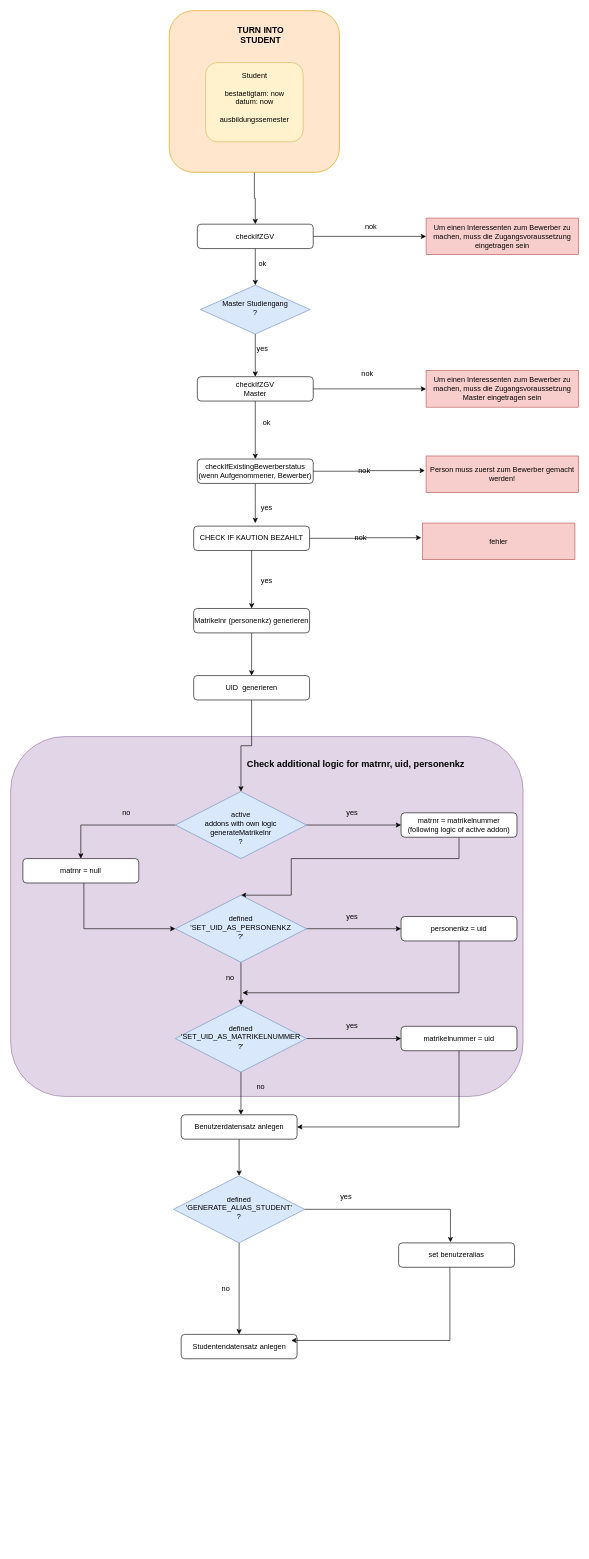
Before: page "TURN INTO STUDENT" (7 of 10) of StudentRollen.drawio in ma0068/GitDoks, a draw.io diagram. Source tidied: cells renumbered, new cells numbered last; positions are measured from the earlier drawing's top-left corner, leaving out a move shared by most shapes. Both pictures are drawn from the tidied source at 61%, with x=0, y=0 at pixel (10, 10).
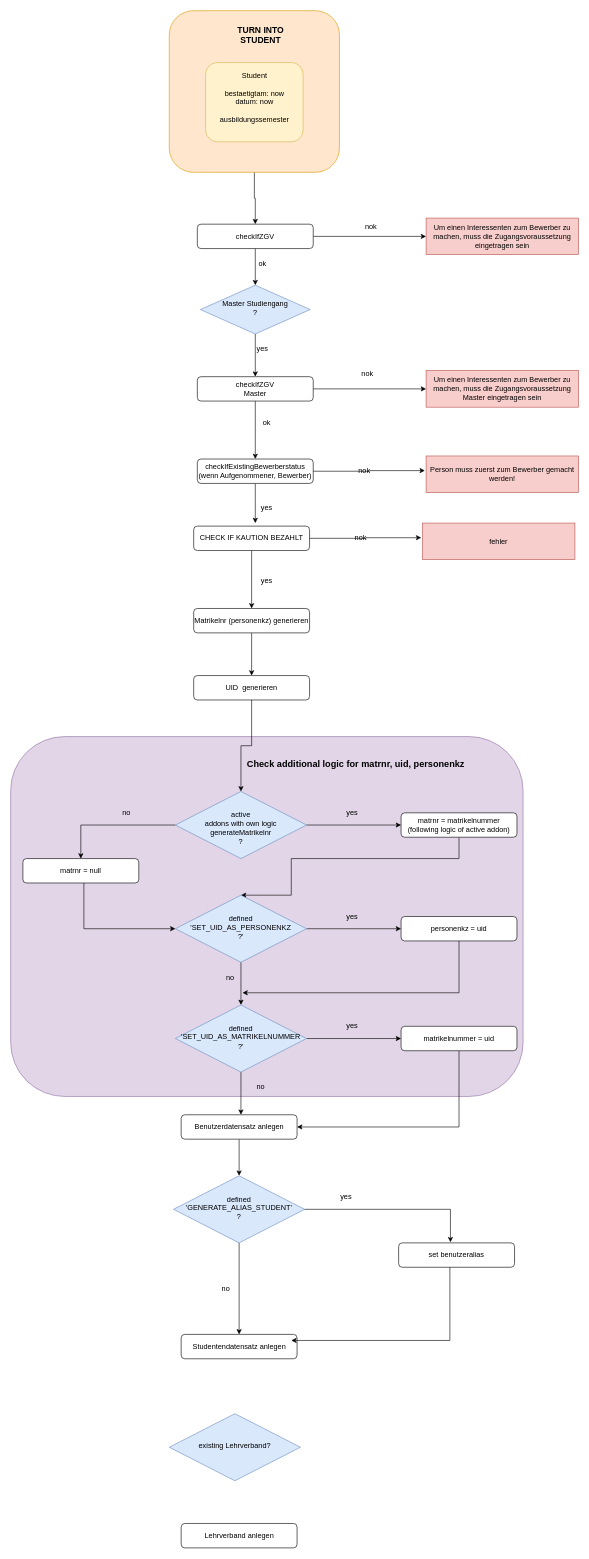
Above is the later version.

Diff of the diagram source:
```diff
@@
+    <mxCell id="72" value="existing Lehrverband?" style="rhombus;whiteSpace=wrap;html=1;shadow=0;fontFamily=Helvetica;fontSize=12;align=center;strokeWidth=1;spacing=6;spacingTop=-4;fillColor=#dae8fc;strokeColor=#6c8ebf;" parent="1" vertex="1">
+      <mxGeometry x="260" y="2300" width="215" height="110" as="geometry" />
+    </mxCell>
+    <mxCell id="73" value="Lehrverband anlegen" style="rounded=1;whiteSpace=wrap;html=1;fontSize=12;glass=0;strokeWidth=1;shadow=0;" parent="1" vertex="1">
+      <mxGeometry x="279.5" y="2480" width="190" height="40" as="geometry" />
+    </mxCell>
```
